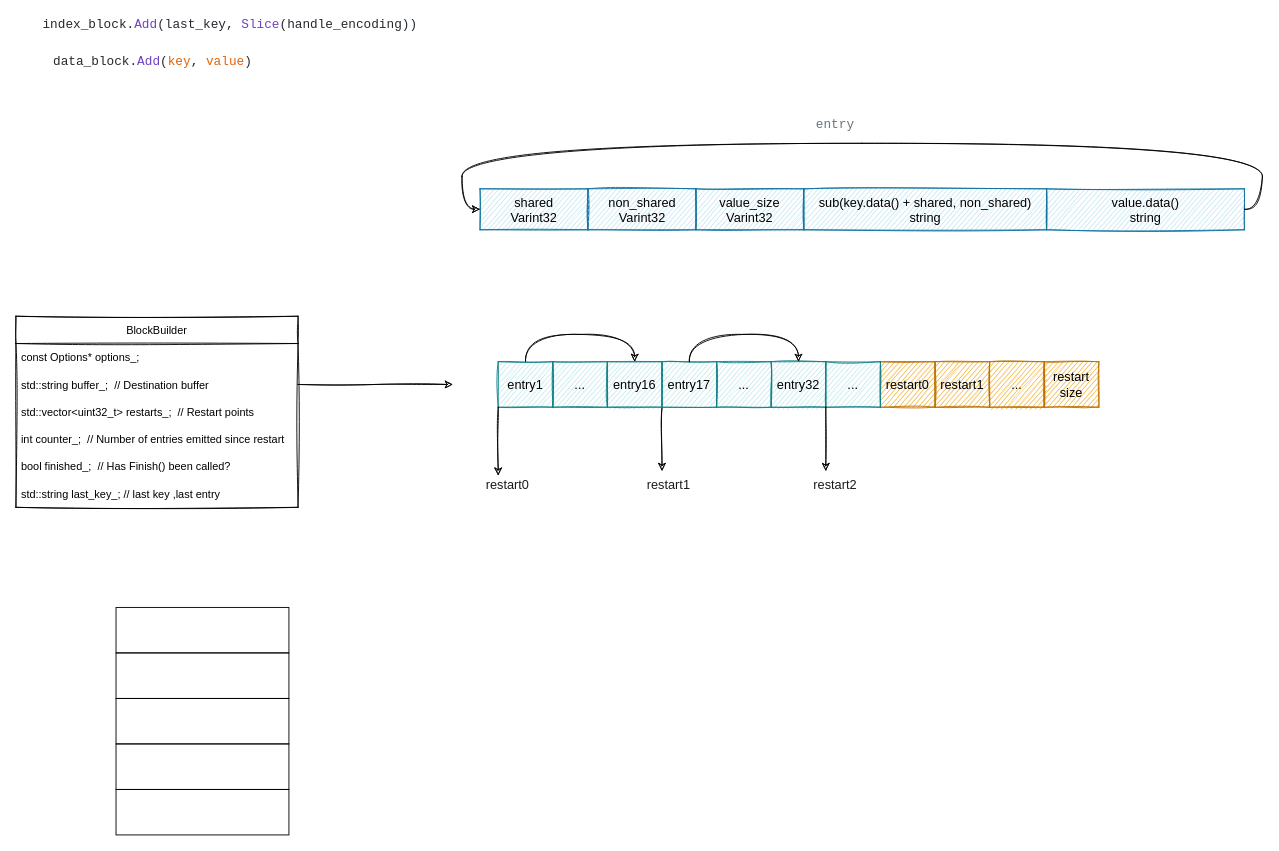
The draw.io diagram 20211027.drawio in RiverFerry/picBed, before the edit. Source tidied: cells renumbered, new cells numbered last; positions are measured from the earlier drawing's top-left corner, leaving out a move shared by most shapes. Both pictures are drawn from the tidied source at 91%, with x=0, y=0 at pixel (15, 15).
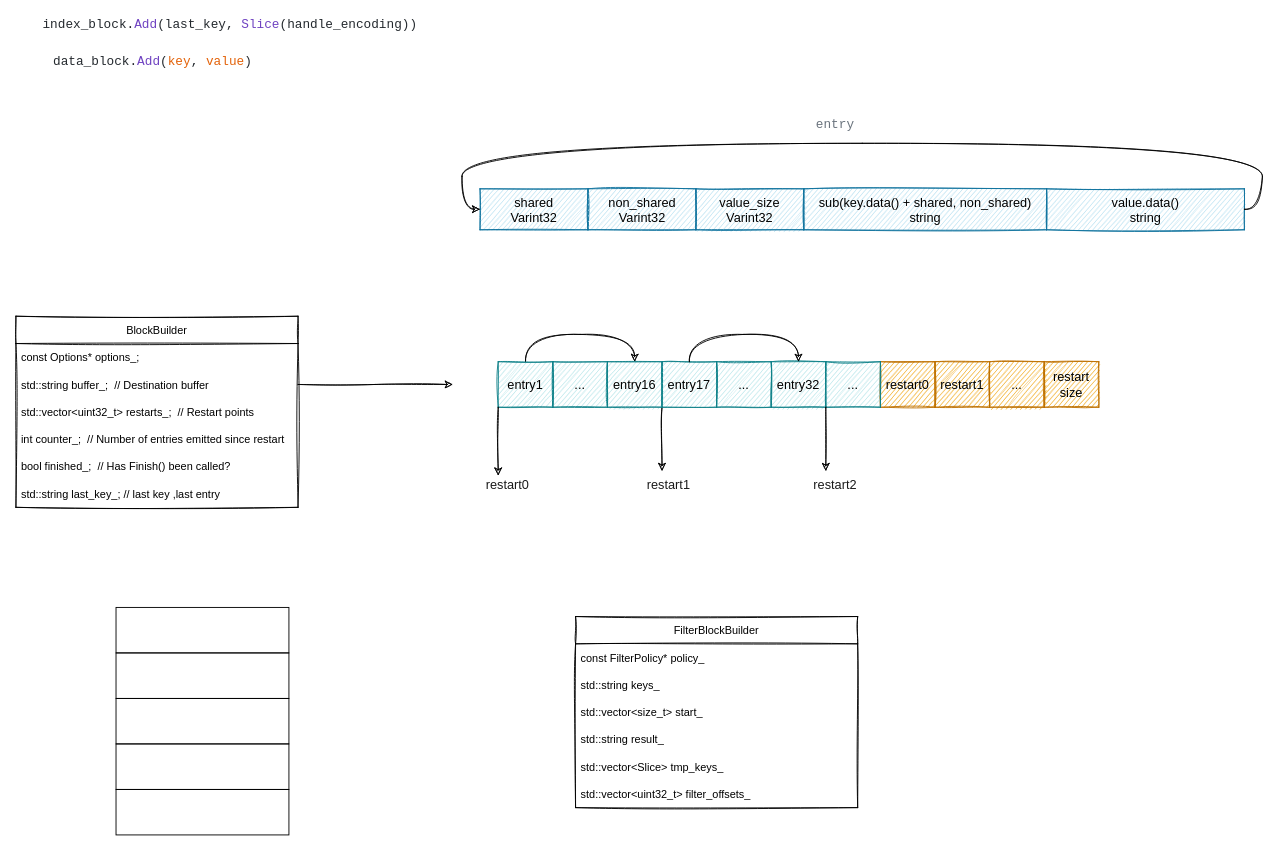
After the change.

Diff of the diagram source:
```diff
@@
+    <mxCell id="43" value="&lt;div style=&quot;color: rgb(36 , 41 , 46) ; background-color: rgb(255 , 255 , 255) ; font-family: &amp;#34;consolas&amp;#34; , &amp;#34;courier new&amp;#34; , monospace ; font-size: 14px ; line-height: 19px&quot;&gt;&lt;br&gt;&lt;/div&gt;" style="text;html=1;align=center;verticalAlign=middle;strokeColor=none;fillColor=none;" parent="1" vertex="1">
+      <mxGeometry x="750" y="680" width="20" height="20" as="geometry" />
+    </mxCell>
+    <mxCell id="44" value="FilterBlockBuilder" style="swimlane;fontStyle=0;horizontal=1;startSize=30;sketch=1;" parent="1" vertex="1">
+      <mxGeometry x="615" y="660" width="310" height="210" as="geometry" />
+    </mxCell>
+    <mxCell id="45" value="const FilterPolicy* policy_" style="text;strokeColor=none;fillColor=none;align=left;verticalAlign=middle;spacingLeft=4;spacingRight=4;overflow=hidden;fontColor=#000000;sketch=1;" parent="44" vertex="1">
+      <mxGeometry y="30" width="310" height="30" as="geometry" />
+    </mxCell>
+    <mxCell id="46" value="std::string keys_" style="text;strokeColor=none;fillColor=none;align=left;verticalAlign=middle;spacingLeft=4;spacingRight=4;overflow=hidden;fontColor=#000000;sketch=1;" parent="44" vertex="1">
+      <mxGeometry y="60" width="310" height="30" as="geometry" />
+    </mxCell>
+    <mxCell id="47" value="std::vector&lt;size_t&gt; start_" style="text;strokeColor=none;fillColor=none;align=left;verticalAlign=middle;spacingLeft=4;spacingRight=4;overflow=hidden;sketch=1;" parent="44" vertex="1">
+      <mxGeometry y="90" width="310" height="30" as="geometry" />
+    </mxCell>
+    <mxCell id="48" value="std::string result_" style="text;strokeColor=none;fillColor=none;align=left;verticalAlign=middle;spacingLeft=4;spacingRight=4;overflow=hidden;sketch=1;" parent="44" vertex="1">
+      <mxGeometry y="120" width="310" height="30" as="geometry" />
+    </mxCell>
+    <mxCell id="49" value="std::vector&lt;Slice&gt; tmp_keys_" style="text;strokeColor=none;fillColor=none;align=left;verticalAlign=middle;spacingLeft=4;spacingRight=4;overflow=hidden;sketch=1;" parent="44" vertex="1">
+      <mxGeometry y="150" width="310" height="30" as="geometry" />
+    </mxCell>
+    <mxCell id="50" value="std::vector&lt;uint32_t&gt; filter_offsets_" style="text;strokeColor=none;fillColor=none;align=left;verticalAlign=middle;spacingLeft=4;spacingRight=4;overflow=hidden;sketch=1;" parent="44" vertex="1">
+      <mxGeometry y="180" width="310" height="30" as="geometry" />
+    </mxCell>
```
